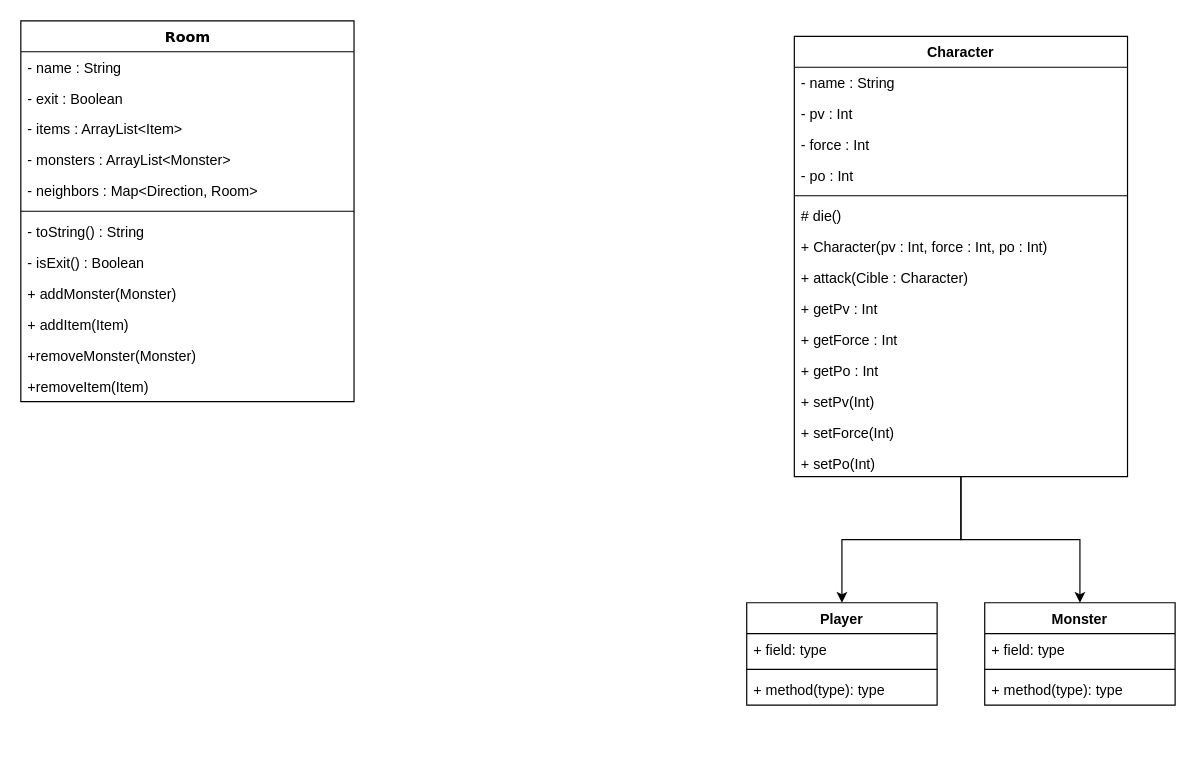
theophile-dev/L3-projet-donjon keeps this draw.io diagram as Diagrame_UML/Diagramme UML.drawio. Above is the earlier version. Source tidied: cells renumbered, new cells numbered last; positions are measured from the earlier drawing's top-left corner, leaving out a move shared by most shapes. Both pictures are drawn from the tidied source at 119%, with x=0, y=0 at pixel (20, 20).
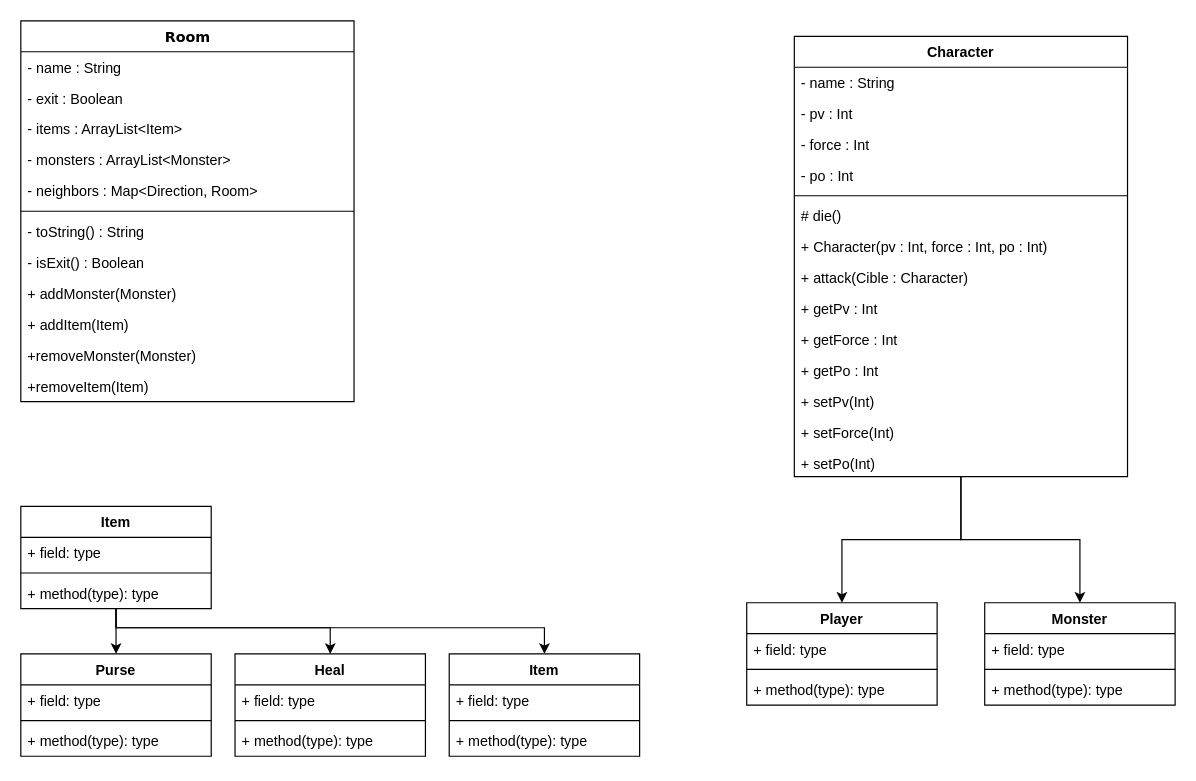
After the change.

The edit, as a diff of the source:
```diff
@@
+    <mxCell id="40" style="edgeStyle=orthogonalEdgeStyle;rounded=0;jettySize=auto;html=1;entryX=0.5;entryY=0;entryDx=0;entryDy=0;" parent="1" edge="1" source="43" target="47">
+      <mxGeometry relative="1" as="geometry" />
+    </mxCell>
+    <mxCell id="41" style="edgeStyle=orthogonalEdgeStyle;rounded=0;jettySize=auto;html=1;" parent="1" edge="1" source="43" target="51">
+      <mxGeometry relative="1" as="geometry">
+        <Array as="points">
+          <mxPoint x="80" y="510" />
+          <mxPoint x="260" y="510" />
+        </Array>
+      </mxGeometry>
+    </mxCell>
+    <mxCell id="42" style="edgeStyle=orthogonalEdgeStyle;rounded=0;jettySize=auto;html=1;" parent="1" edge="1" source="43" target="55">
+      <mxGeometry relative="1" as="geometry">
+        <Array as="points">
+          <mxPoint x="80" y="510" />
+          <mxPoint x="440" y="510" />
+        </Array>
+      </mxGeometry>
+    </mxCell>
+    <mxCell id="43" value="Item" style="swimlane;fontStyle=1;align=center;verticalAlign=top;horizontal=1;startSize=26;" parent="1" vertex="1">
+      <mxGeometry y="408" width="160" height="86" as="geometry" />
+    </mxCell>
+    <mxCell id="44" value="+ field: type" style="text;strokeColor=none;fillColor=none;align=left;verticalAlign=top;spacingLeft=4;spacingRight=4;overflow=hidden;" parent="43" vertex="1">
+      <mxGeometry y="26" width="160" height="26" as="geometry" />
+    </mxCell>
+    <mxCell id="45" style="line;strokeWidth=1;fillColor=none;align=left;verticalAlign=middle;spacingTop=-1;spacingLeft=3;spacingRight=3;labelPosition=right;" parent="43" vertex="1">
+      <mxGeometry y="52" width="160" height="8" as="geometry" />
+    </mxCell>
+    <mxCell id="46" value="+ method(type): type" style="text;strokeColor=none;fillColor=none;align=left;verticalAlign=top;spacingLeft=4;spacingRight=4;overflow=hidden;" parent="43" vertex="1">
+      <mxGeometry y="60" width="160" height="26" as="geometry" />
+    </mxCell>
+    <mxCell id="47" value="Purse" style="swimlane;fontStyle=1;align=center;verticalAlign=top;horizontal=1;startSize=26;" parent="1" vertex="1">
+      <mxGeometry y="532" width="160" height="86" as="geometry" />
+    </mxCell>
+    <mxCell id="48" value="+ field: type" style="text;strokeColor=none;fillColor=none;align=left;verticalAlign=top;spacingLeft=4;spacingRight=4;overflow=hidden;" parent="47" vertex="1">
+      <mxGeometry y="26" width="160" height="26" as="geometry" />
+    </mxCell>
+    <mxCell id="49" style="line;strokeWidth=1;fillColor=none;align=left;verticalAlign=middle;spacingTop=-1;spacingLeft=3;spacingRight=3;labelPosition=right;" parent="47" vertex="1">
+      <mxGeometry y="52" width="160" height="8" as="geometry" />
+    </mxCell>
+    <mxCell id="50" value="+ method(type): type" style="text;strokeColor=none;fillColor=none;align=left;verticalAlign=top;spacingLeft=4;spacingRight=4;overflow=hidden;" parent="47" vertex="1">
+      <mxGeometry y="60" width="160" height="26" as="geometry" />
+    </mxCell>
+    <mxCell id="51" value="Heal" style="swimlane;fontStyle=1;align=center;verticalAlign=top;horizontal=1;startSize=26;" parent="1" vertex="1">
+      <mxGeometry x="180" y="532" width="160" height="86" as="geometry" />
+    </mxCell>
+    <mxCell id="52" value="+ field: type" style="text;strokeColor=none;fillColor=none;align=left;verticalAlign=top;spacingLeft=4;spacingRight=4;overflow=hidden;" parent="51" vertex="1">
+      <mxGeometry y="26" width="160" height="26" as="geometry" />
+    </mxCell>
+    <mxCell id="53" style="line;strokeWidth=1;fillColor=none;align=left;verticalAlign=middle;spacingTop=-1;spacingLeft=3;spacingRight=3;labelPosition=right;" parent="51" vertex="1">
+      <mxGeometry y="52" width="160" height="8" as="geometry" />
+    </mxCell>
+    <mxCell id="54" value="+ method(type): type" style="text;strokeColor=none;fillColor=none;align=left;verticalAlign=top;spacingLeft=4;spacingRight=4;overflow=hidden;" parent="51" vertex="1">
+      <mxGeometry y="60" width="160" height="26" as="geometry" />
+    </mxCell>
+    <mxCell id="55" value="Item" style="swimlane;fontStyle=1;align=center;verticalAlign=top;horizontal=1;startSize=26;" parent="1" vertex="1">
+      <mxGeometry x="360" y="532" width="160" height="86" as="geometry" />
+    </mxCell>
+    <mxCell id="56" value="+ field: type" style="text;strokeColor=none;fillColor=none;align=left;verticalAlign=top;spacingLeft=4;spacingRight=4;overflow=hidden;" parent="55" vertex="1">
+      <mxGeometry y="26" width="160" height="26" as="geometry" />
+    </mxCell>
+    <mxCell id="57" style="line;strokeWidth=1;fillColor=none;align=left;verticalAlign=middle;spacingTop=-1;spacingLeft=3;spacingRight=3;labelPosition=right;" parent="55" vertex="1">
+      <mxGeometry y="52" width="160" height="8" as="geometry" />
+    </mxCell>
+    <mxCell id="58" value="+ method(type): type" style="text;strokeColor=none;fillColor=none;align=left;verticalAlign=top;spacingLeft=4;spacingRight=4;overflow=hidden;" parent="55" vertex="1">
+      <mxGeometry y="60" width="160" height="26" as="geometry" />
+    </mxCell>
```
